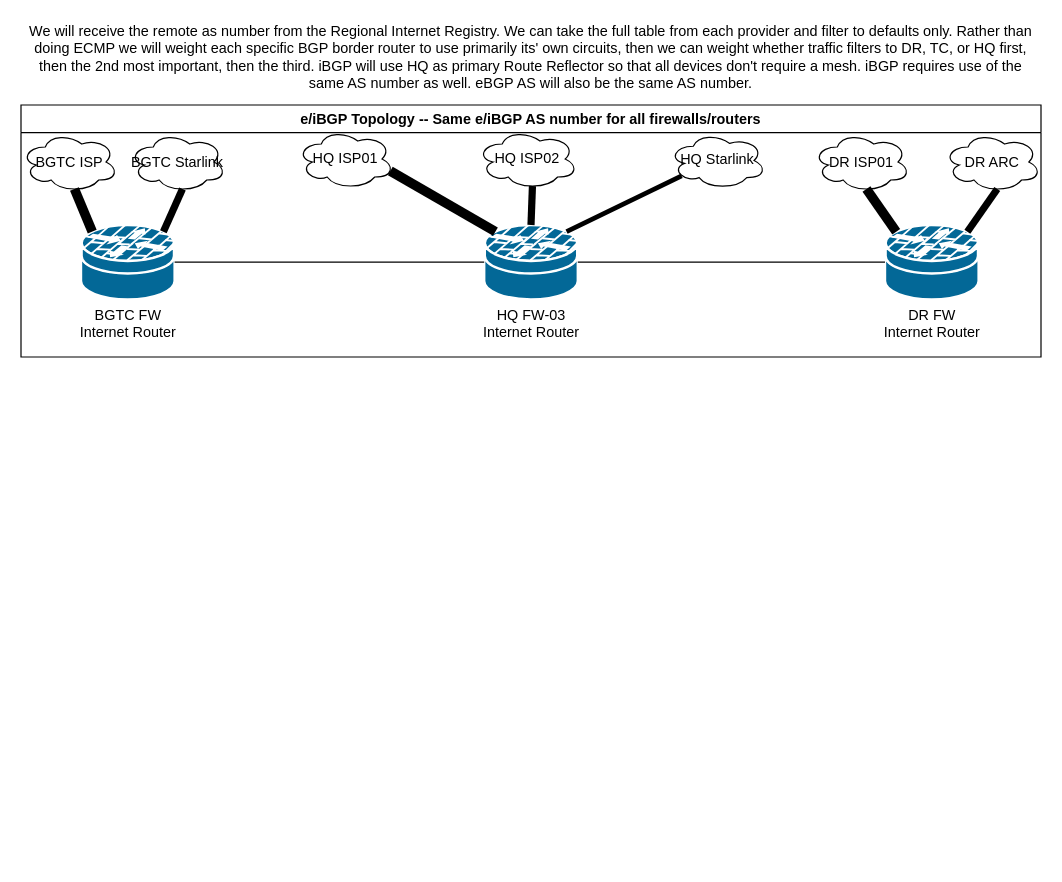
Above: page "Routing Protocol Design" (2 of 2) of Future_Network.drawio in adamrt918/Diagram (draw.io), before the change. Source tidied: cells renumbered, new cells numbered last; positions are measured from the earlier drawing's top-left corner, leaving out a move shared by most shapes. Both pictures are drawn from the tidied source at 120%, with x=0, y=0 at pixel (20, 20).
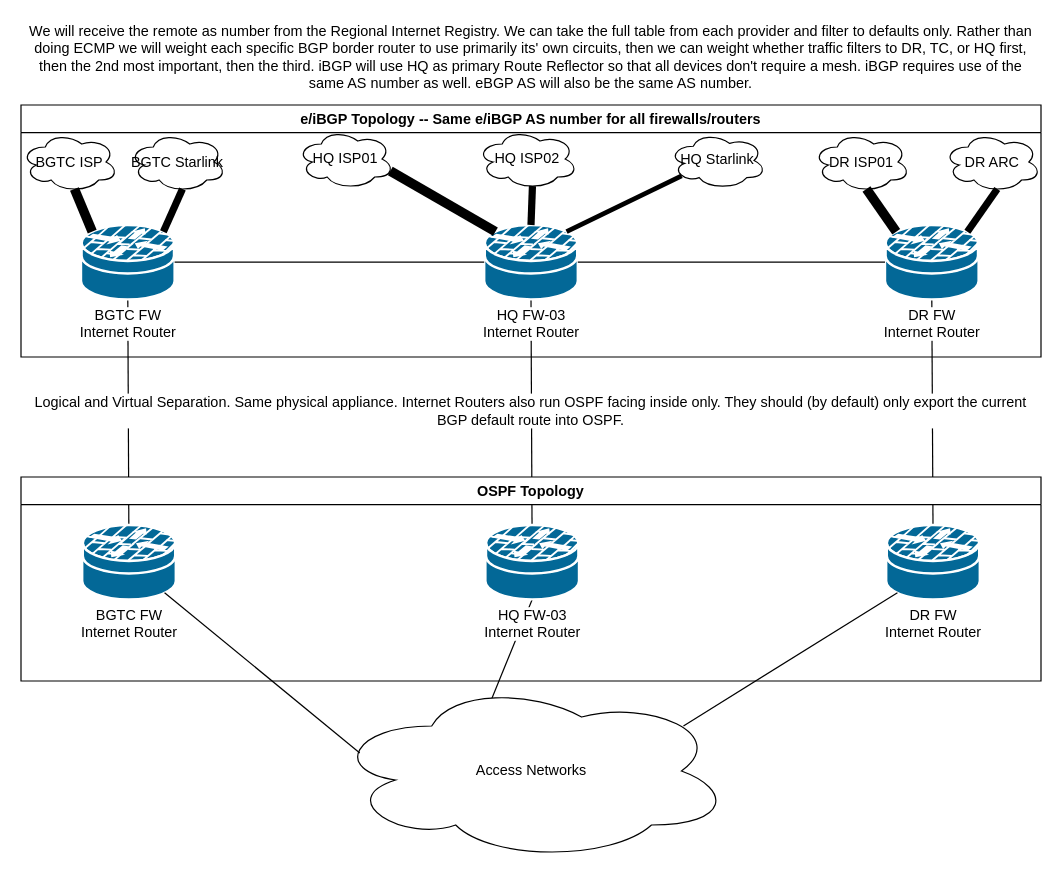
After the change.

Unchanged cells that the change refers to:
```xml
<mxCell id="10" value="&lt;span style=&quot;background-color: light-dark(#ffffff, var(--ge-dark-color, #121212));&quot;&gt;HQ FW-03&lt;/span&gt;&lt;div&gt;&lt;span style=&quot;background-color: light-dark(#ffffff, var(--ge-dark-color, #121212));&quot;&gt;Internet Router&lt;/span&gt;&lt;/div&gt;" style="shape=mxgraph.cisco.security.router_firewall;sketch=0;html=1;dashed=0;fillColor=#036897;strokeColor=#ffffff;strokeWidth=2;verticalLabelPosition=bottom;verticalAlign=top;align=center;outlineConnect=0;" parent="2" vertex="1">
  <mxGeometry x="386" y="100" width="78" height="62" as="geometry" />
</mxCell>
<mxCell id="11" value="&lt;span style=&quot;background-color: light-dark(#ffffff, var(--ge-dark-color, #121212));&quot;&gt;BGTC FW&lt;/span&gt;&lt;div&gt;&lt;span style=&quot;background-color: light-dark(#ffffff, var(--ge-dark-color, #121212));&quot;&gt;Internet Router&lt;/span&gt;&lt;/div&gt;" style="shape=mxgraph.cisco.security.router_firewall;sketch=0;html=1;dashed=0;fillColor=#036897;strokeColor=#ffffff;strokeWidth=2;verticalLabelPosition=bottom;verticalAlign=top;align=center;outlineConnect=0;" parent="2" vertex="1">
  <mxGeometry x="50" y="100" width="78" height="62" as="geometry" />
</mxCell>
<mxCell id="12" value="&lt;span style=&quot;background-color: light-dark(#ffffff, var(--ge-dark-color, #121212));&quot;&gt;DR FW&lt;/span&gt;&lt;div&gt;&lt;span style=&quot;background-color: light-dark(#ffffff, var(--ge-dark-color, #121212));&quot;&gt;Internet Router&lt;/span&gt;&lt;/div&gt;" style="shape=mxgraph.cisco.security.router_firewall;sketch=0;html=1;dashed=0;fillColor=#036897;strokeColor=#ffffff;strokeWidth=2;verticalLabelPosition=bottom;verticalAlign=top;align=center;outlineConnect=0;" parent="2" vertex="1">
  <mxGeometry x="720" y="100" width="78" height="62" as="geometry" />
</mxCell>
```

The edit, as a diff of the source:
```diff
@@
+    <mxCell id="23" style="endArrow=none;html=1;rounded=0;exitX=0.5;exitY=1;exitDx=0;exitDy=0;exitPerimeter=0;entryX=0.4;entryY=0.1;entryDx=0;entryDy=0;entryPerimeter=0;" parent="1" edge="1" source="28" target="32">
+      <mxGeometry relative="1" as="geometry" />
+    </mxCell>
+    <mxCell id="24" style="endArrow=none;html=1;rounded=0;entryX=0.5;entryY=1;entryDx=0;entryDy=0;entryPerimeter=0;exitX=0.5;exitY=0;exitDx=0;exitDy=0;exitPerimeter=0;" parent="1" edge="1" source="30" target="12">
+      <mxGeometry relative="1" as="geometry" />
+    </mxCell>
+    <mxCell id="25" style="endArrow=none;html=1;rounded=0;entryX=0.5;entryY=1;entryDx=0;entryDy=0;entryPerimeter=0;" parent="1" edge="1" source="28" target="10">
+      <mxGeometry relative="1" as="geometry" />
+    </mxCell>
+    <mxCell id="26" style="endArrow=none;html=1;rounded=0;entryX=0.5;entryY=1;entryDx=0;entryDy=0;entryPerimeter=0;" parent="1" edge="1" source="29" target="11">
+      <mxGeometry relative="1" as="geometry" />
+    </mxCell>
@@
+    <mxCell id="27" value="OSPF Topology" style="swimlane;whiteSpace=wrap;html=1;" parent="1" vertex="1">
+      <mxGeometry y="380" width="850" height="170" as="geometry" />
+    </mxCell>
+    <mxCell id="28" value="&lt;span style=&quot;background-color: light-dark(#ffffff, var(--ge-dark-color, #121212));&quot;&gt;HQ FW-03&lt;/span&gt;&lt;div&gt;&lt;span style=&quot;background-color: light-dark(#ffffff, var(--ge-dark-color, #121212));&quot;&gt;Internet Router&lt;/span&gt;&lt;/div&gt;" style="shape=mxgraph.cisco.security.router_firewall;sketch=0;html=1;dashed=0;fillColor=#036897;strokeColor=#ffffff;strokeWidth=2;verticalLabelPosition=bottom;verticalAlign=top;align=center;outlineConnect=0;" parent="27" vertex="1">
+      <mxGeometry x="387" y="40" width="78" height="62" as="geometry" />
+    </mxCell>
+    <mxCell id="29" value="&lt;span style=&quot;background-color: light-dark(#ffffff, var(--ge-dark-color, #121212));&quot;&gt;BGTC FW&lt;/span&gt;&lt;div&gt;&lt;span style=&quot;background-color: light-dark(#ffffff, var(--ge-dark-color, #121212));&quot;&gt;Internet Router&lt;/span&gt;&lt;/div&gt;" style="shape=mxgraph.cisco.security.router_firewall;sketch=0;html=1;dashed=0;fillColor=#036897;strokeColor=#ffffff;strokeWidth=2;verticalLabelPosition=bottom;verticalAlign=top;align=center;outlineConnect=0;" parent="27" vertex="1">
+      <mxGeometry x="51" y="40" width="78" height="62" as="geometry" />
+    </mxCell>
+    <mxCell id="30" value="&lt;span style=&quot;background-color: light-dark(#ffffff, var(--ge-dark-color, #121212));&quot;&gt;DR FW&lt;/span&gt;&lt;div&gt;&lt;span style=&quot;background-color: light-dark(#ffffff, var(--ge-dark-color, #121212));&quot;&gt;Internet Router&lt;/span&gt;&lt;/div&gt;" style="shape=mxgraph.cisco.security.router_firewall;sketch=0;html=1;dashed=0;fillColor=#036897;strokeColor=#ffffff;strokeWidth=2;verticalLabelPosition=bottom;verticalAlign=top;align=center;outlineConnect=0;" parent="27" vertex="1">
+      <mxGeometry x="721" y="40" width="78" height="62" as="geometry" />
+    </mxCell>
+    <mxCell id="31" value="Logical and Virtual Separation. Same physical appliance. Internet Routers also run OSPF facing inside only. They should (by default) only export the current BGP default route into OSPF." style="text;html=1;align=center;verticalAlign=middle;whiteSpace=wrap;rounded=0;labelBackgroundColor=default;" parent="1" vertex="1">
+      <mxGeometry y="310" width="850" height="30" as="geometry" />
+    </mxCell>
+    <mxCell id="32" value="Access Networks" style="ellipse;shape=cloud;whiteSpace=wrap;html=1;" parent="1" vertex="1">
+      <mxGeometry x="259" y="550" width="333" height="150" as="geometry" />
+    </mxCell>
+    <mxCell id="33" style="endArrow=none;html=1;rounded=0;entryX=0.07;entryY=0.4;entryDx=0;entryDy=0;entryPerimeter=0;exitX=0.88;exitY=0.91;exitDx=0;exitDy=0;exitPerimeter=0;" parent="1" edge="1" source="29" target="32">
+      <mxGeometry relative="1" as="geometry" />
+    </mxCell>
+    <mxCell id="34" style="endArrow=none;html=1;rounded=0;entryX=0.12;entryY=0.91;entryDx=0;entryDy=0;entryPerimeter=0;exitX=0.88;exitY=0.25;exitDx=0;exitDy=0;exitPerimeter=0;" parent="1" edge="1" source="32" target="30">
+      <mxGeometry relative="1" as="geometry" />
+    </mxCell>
```
